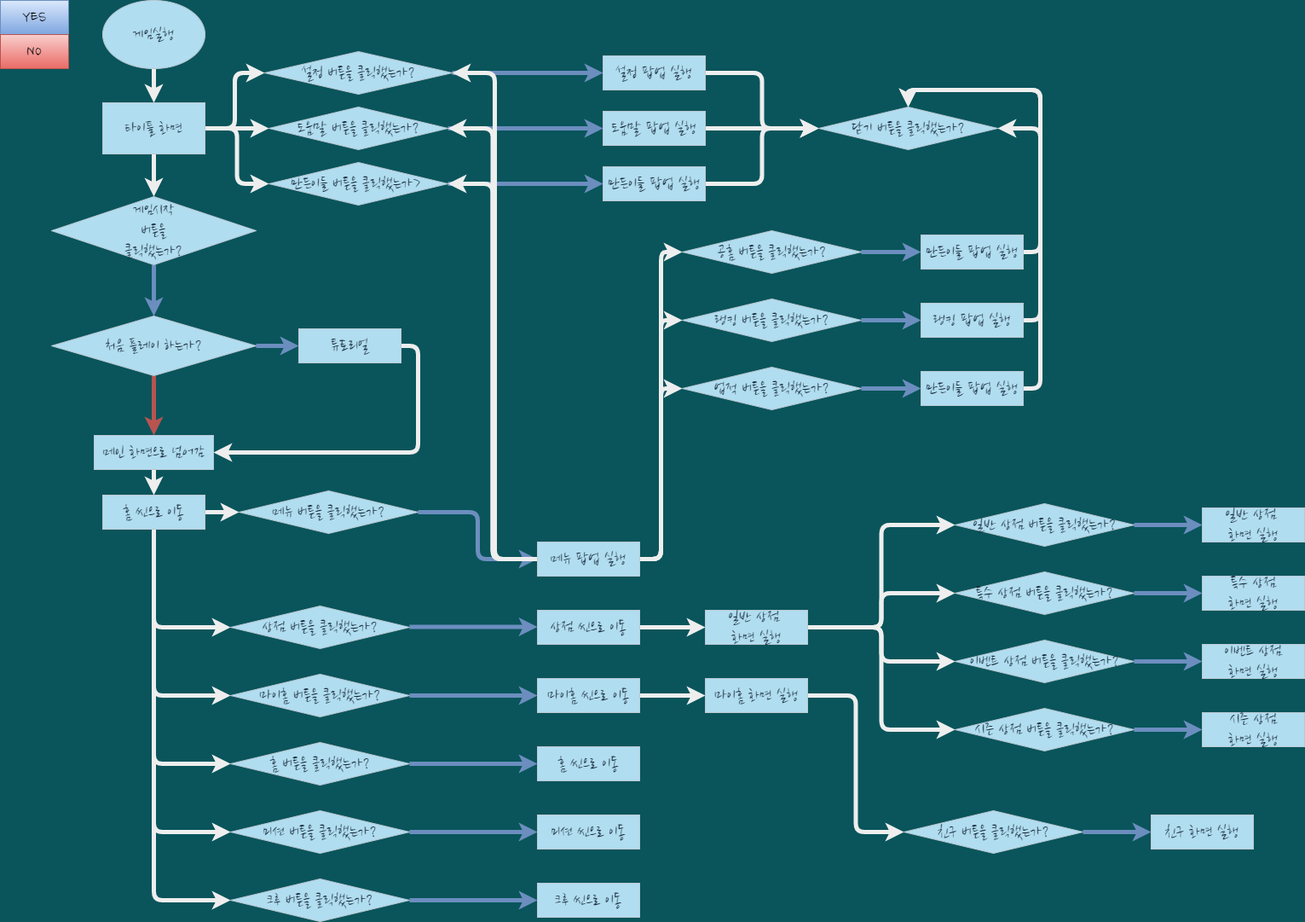
Above: gameplay_flowchat.drawio.png in kinesis19/stac_project_SME (draw.io), before the change. Source tidied: cells renumbered, new cells last; positions are measured from the earlier drawing's top-left corner, leaving out a move shared by most shapes.
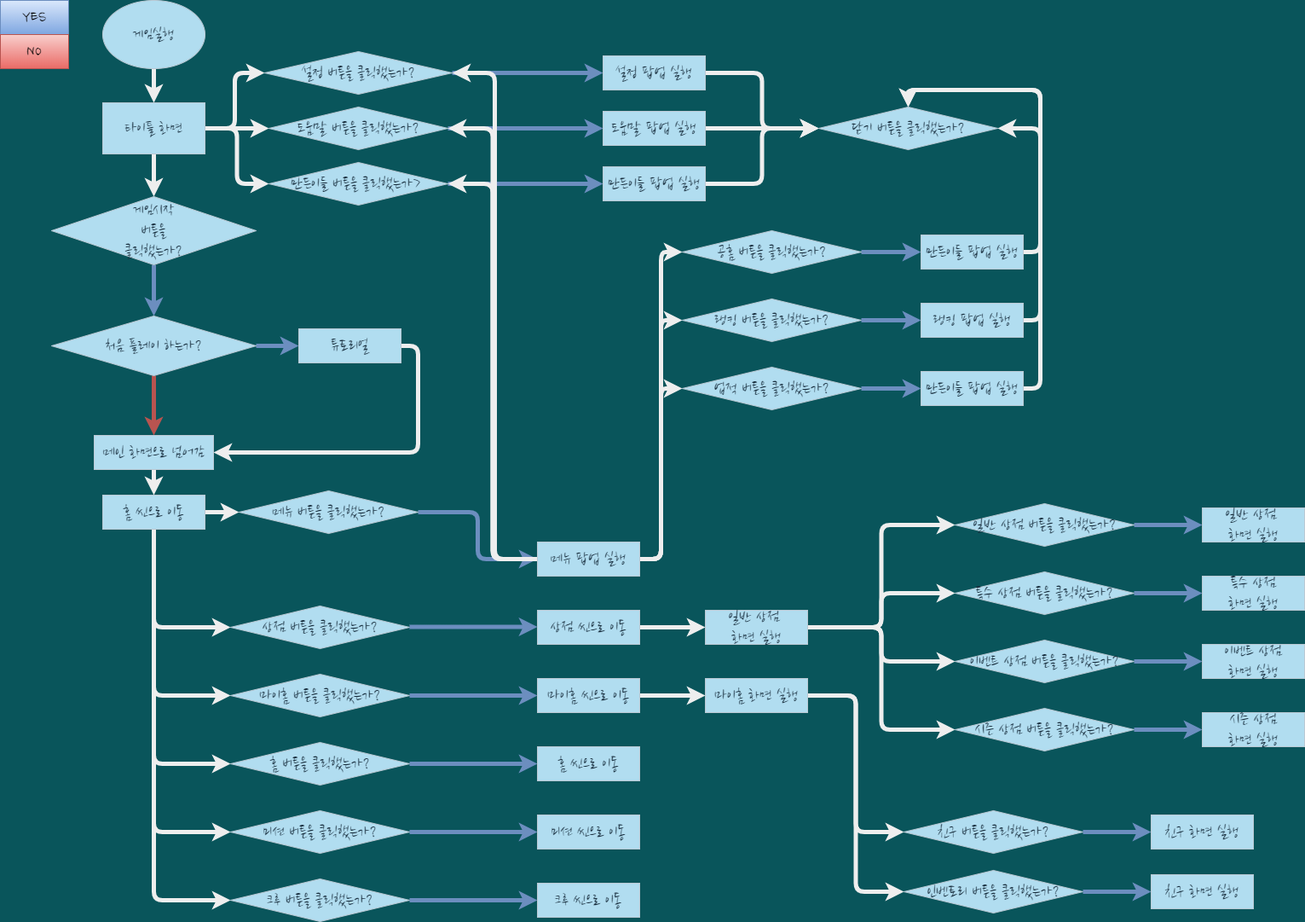
The same diagram one commit later.

The edit, as a diff of the source:
```diff
@@ -307,6 +307,9 @@
     <mxCell id="95" style="edgeStyle=orthogonalEdgeStyle;curved=0;rounded=1;sketch=0;jettySize=auto;html=1;exitX=1;exitY=0.5;exitDx=0;exitDy=0;entryX=0;entryY=0.5;entryDx=0;entryDy=0;fontColor=#FFFFFF;strokeColor=#EEEEEE;strokeWidth=5;" parent="1" edge="1" source="96" target="97">
       <mxGeometry relative="1" as="geometry" />
     </mxCell>
+    <mxCell id="100" style="edgeStyle=orthogonalEdgeStyle;curved=0;rounded=1;sketch=0;jettySize=auto;html=1;exitX=1;exitY=0.5;exitDx=0;exitDy=0;entryX=0;entryY=0.5;entryDx=0;entryDy=0;fontColor=#FFFFFF;strokeColor=#EEEEEE;strokeWidth=5;" parent="1" edge="1" source="96" target="101">
+      <mxGeometry relative="1" as="geometry" />
+    </mxCell>
     <mxCell id="96" value="마이홈 화면 실행" style="rounded=0;whiteSpace=wrap;html=1;sketch=0;fontFamily=Nanum Brush Script;fontSource=https%3A%2F%2Ffonts.googleapis.com%2Fcss%3Ffamily%3DNanum%2BBrush%2BScript;fontSize=20;fillColor=#B1DDF0;strokeColor=#BAC8D3;fontColor=#182E3E;" parent="1" vertex="1">
       <mxGeometry x="827" y="795" width="120" height="40" as="geometry" />
     </mxCell>
@@ -321,5 +324,16 @@
     <mxCell id="99" value="친구 화면 실행" style="rounded=0;whiteSpace=wrap;html=1;sketch=0;fontFamily=Nanum Brush Script;fontSource=https%3A%2F%2Ffonts.googleapis.com%2Fcss%3Ffamily%3DNanum%2BBrush%2BScript;fontSize=20;fillColor=#B1DDF0;strokeColor=#BAC8D3;fontColor=#182E3E;" parent="1" vertex="1">
       <mxGeometry x="1350" y="955" width="120" height="40" as="geometry" />
     </mxCell>
+    <mxCell id="101" value="인벤토리 버튼을 클릭했는가?" style="rhombus;whiteSpace=wrap;html=1;rounded=0;sketch=0;fontFamily=Nanum Brush Script;fontSource=https%3A%2F%2Ffonts.googleapis.com%2Fcss%3Ffamily%3DNanum%2BBrush%2BScript;fontSize=20;fillColor=#B1DDF0;strokeColor=#BAC8D3;fontColor=#182E3E;" parent="1" vertex="1">
+      <mxGeometry x="1060" y="1020" width="210" height="50" as="geometry" />
+    </mxCell>
+    <mxCell id="102" style="edgeStyle=orthogonalEdgeStyle;curved=0;rounded=1;sketch=0;jettySize=auto;html=1;exitX=1;exitY=0.5;exitDx=0;exitDy=0;entryX=0;entryY=0.5;entryDx=0;entryDy=0;fontColor=#FFFFFF;strokeColor=#6c8ebf;strokeWidth=5;fillColor=#dae8fc;gradientColor=#7ea6e0;" parent="1" edge="1" target="103">
+      <mxGeometry relative="1" as="geometry">
+        <mxPoint x="1270" y="1045" as="sourcePoint" />
+      </mxGeometry>
+    </mxCell>
+    <mxCell id="103" value="친구 화면 실행" style="rounded=0;whiteSpace=wrap;html=1;sketch=0;fontFamily=Nanum Brush Script;fontSource=https%3A%2F%2Ffonts.googleapis.com%2Fcss%3Ffamily%3DNanum%2BBrush%2BScript;fontSize=20;fillColor=#B1DDF0;strokeColor=#BAC8D3;fontColor=#182E3E;" parent="1" vertex="1">
+      <mxGeometry x="1350" y="1025" width="120" height="40" as="geometry" />
+    </mxCell>
   </root>
 </mxGraphModel>
```
